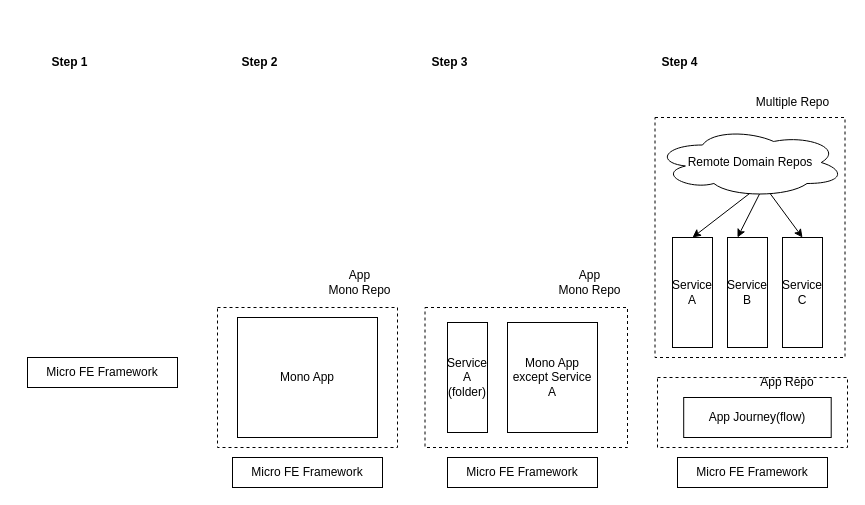
Before: Doc/Migration.drawio in hollyoops/cordwood, a draw.io diagram. Source tidied: cells renumbered, new cells numbered last; positions are measured from the earlier drawing's top-left corner, leaving out a move shared by most shapes. Both pictures are drawn from the tidied source at 100%, with x=0, y=0 at pixel (17, 47).
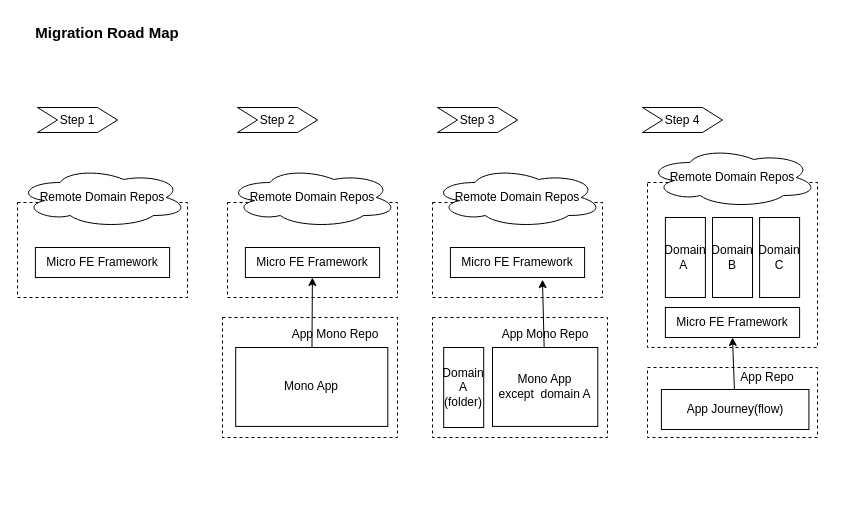
Above is the later version.

Diff of the diagram source:
```diff
@@
-    <mxCell id="2" style="rounded=0;whiteSpace=wrap;html=1;fillColor=none;dashed=1;" parent="1" vertex="1">
-      <mxGeometry x="407.5" y="260" width="202.5" height="140" as="geometry" />
-    </mxCell>
-    <mxCell id="3" style="rounded=0;whiteSpace=wrap;html=1;fillColor=none;dashed=1;" parent="1" vertex="1">
-      <mxGeometry x="637.5" y="70" width="190" height="240" as="geometry" />
-    </mxCell>
-    <mxCell id="4" style="rounded=0;whiteSpace=wrap;html=1;fillColor=none;dashed=1;" parent="1" vertex="1">
-      <mxGeometry x="200" y="260" width="180" height="140" as="geometry" />
-    </mxCell>
-    <mxCell id="5" value="Micro FE Framework" style="rounded=0;whiteSpace=wrap;html=1;" parent="1" vertex="1">
-      <mxGeometry x="215" y="410" width="150" height="30" as="geometry" />
-    </mxCell>
-    <mxCell id="6" value="Mono App" style="rounded=0;whiteSpace=wrap;html=1;" parent="1" vertex="1">
-      <mxGeometry x="220" y="270" width="140" height="120" as="geometry" />
-    </mxCell>
-    <mxCell id="7" style="edgeStyle=none;html=1;entryX=0.5;entryY=0.938;entryDx=0;entryDy=0;entryPerimeter=0;exitX=0.5;exitY=0;exitDx=0;exitDy=0;startArrow=classic;startFill=1;endArrow=none;endFill=0;" parent="1" edge="1" source="10" target="15">
-      <mxGeometry relative="1" as="geometry" />
-    </mxCell>
-    <mxCell id="8" value="Service A (folder)" style="rounded=0;whiteSpace=wrap;html=1;" parent="1" vertex="1">
-      <mxGeometry x="430" y="275" width="40" height="110" as="geometry" />
-    </mxCell>
-    <mxCell id="9" value="Mono App except Service A" style="rounded=0;whiteSpace=wrap;html=1;" parent="1" vertex="1">
-      <mxGeometry x="490" y="275" width="90" height="110" as="geometry" />
-    </mxCell>
-    <mxCell id="10" value="Service A" style="rounded=0;whiteSpace=wrap;html=1;" parent="1" vertex="1">
-      <mxGeometry x="655" y="190" width="40" height="110" as="geometry" />
-    </mxCell>
-    <mxCell id="11" style="edgeStyle=none;html=1;entryX=0.55;entryY=0.95;entryDx=0;entryDy=0;entryPerimeter=0;exitX=0.25;exitY=0;exitDx=0;exitDy=0;startArrow=classic;startFill=1;endArrow=none;endFill=0;" parent="1" edge="1" source="12" target="15">
-      <mxGeometry relative="1" as="geometry" />
-    </mxCell>
-    <mxCell id="12" value="Service B" style="rounded=0;whiteSpace=wrap;html=1;" parent="1" vertex="1">
-      <mxGeometry x="710" y="190" width="40" height="110" as="geometry" />
-    </mxCell>
-    <mxCell id="13" style="edgeStyle=none;html=1;entryX=0.605;entryY=0.94;entryDx=0;entryDy=0;entryPerimeter=0;exitX=0.5;exitY=0;exitDx=0;exitDy=0;endArrow=none;endFill=0;startArrow=classic;startFill=1;" parent="1" edge="1" source="14" target="15">
-      <mxGeometry relative="1" as="geometry" />
-    </mxCell>
-    <mxCell id="14" value="Service C" style="rounded=0;whiteSpace=wrap;html=1;" parent="1" vertex="1">
-      <mxGeometry x="765" y="190" width="40" height="110" as="geometry" />
-    </mxCell>
-    <mxCell id="15" value="Remote Domain Repos" style="ellipse;shape=cloud;whiteSpace=wrap;html=1;" parent="1" vertex="1">
-      <mxGeometry x="637.5" y="80" width="190" height="70" as="geometry" />
-    </mxCell>
-    <mxCell id="16" value="App&lt;br&gt;Mono Repo" style="text;html=1;strokeColor=none;fillColor=none;align=center;verticalAlign=middle;whiteSpace=wrap;rounded=0;" parent="1" vertex="1">
-      <mxGeometry x="520" y="220" width="105" height="30" as="geometry" />
-    </mxCell>
-    <mxCell id="17" value="Multiple Repo" style="text;html=1;strokeColor=none;fillColor=none;align=center;verticalAlign=middle;whiteSpace=wrap;rounded=0;" parent="1" vertex="1">
-      <mxGeometry x="722.5" y="40" width="105" height="30" as="geometry" />
-    </mxCell>
-    <mxCell id="18" value="App &lt;br&gt;Mono Repo" style="text;html=1;strokeColor=none;fillColor=none;align=center;verticalAlign=middle;whiteSpace=wrap;rounded=0;" parent="1" vertex="1">
-      <mxGeometry x="290" y="220" width="105" height="30" as="geometry" />
-    </mxCell>
-    <mxCell id="19" value="Micro FE Framework" style="rounded=0;whiteSpace=wrap;html=1;" parent="1" vertex="1">
-      <mxGeometry x="10" y="310" width="150" height="30" as="geometry" />
-    </mxCell>
-    <mxCell id="20" value="Micro FE Framework" style="rounded=0;whiteSpace=wrap;html=1;" parent="1" vertex="1">
-      <mxGeometry x="430" y="410" width="150" height="30" as="geometry" />
-    </mxCell>
-    <mxCell id="21" value="Micro FE Framework" style="rounded=0;whiteSpace=wrap;html=1;" parent="1" vertex="1">
-      <mxGeometry x="660" y="410" width="150" height="30" as="geometry" />
-    </mxCell>
-    <mxCell id="22" value="&lt;b&gt;Step 1&lt;/b&gt;" style="text;html=1;strokeColor=none;fillColor=none;align=center;verticalAlign=middle;whiteSpace=wrap;rounded=0;" parent="1" vertex="1">
-      <mxGeometry width="105" height="30" as="geometry" />
+    <mxCell id="22" value="Step 1" style="shape=step;perimeter=stepPerimeter;whiteSpace=wrap;html=1;fixedSize=1;" parent="1" vertex="1">
+      <mxGeometry x="20" y="60" width="80" height="25" as="geometry" />
     </mxCell>
-    <mxCell id="23" value="&lt;b&gt;Step 2&lt;/b&gt;" style="text;html=1;strokeColor=none;fillColor=none;align=center;verticalAlign=middle;whiteSpace=wrap;rounded=0;" parent="1" vertex="1">
-      <mxGeometry x="190" width="105" height="30" as="geometry" />
+    <mxCell id="23" value="Step 2" style="shape=step;perimeter=stepPerimeter;whiteSpace=wrap;html=1;fixedSize=1;" parent="1" vertex="1">
+      <mxGeometry x="220" y="60" width="80" height="25" as="geometry" />
     </mxCell>
-    <mxCell id="24" value="&lt;b&gt;Step 3&lt;/b&gt;" style="text;html=1;strokeColor=none;fillColor=none;align=center;verticalAlign=middle;whiteSpace=wrap;rounded=0;" parent="1" vertex="1">
-      <mxGeometry x="380" width="105" height="30" as="geometry" />
+    <mxCell id="24" value="Step 3" style="shape=step;perimeter=stepPerimeter;whiteSpace=wrap;html=1;fixedSize=1;" parent="1" vertex="1">
+      <mxGeometry x="420" y="60" width="80" height="25" as="geometry" />
     </mxCell>
+    <mxCell id="28" value="Step 4" style="shape=step;perimeter=stepPerimeter;whiteSpace=wrap;html=1;fixedSize=1;" parent="1" vertex="1">
+      <mxGeometry x="625" y="60" width="80" height="25" as="geometry" />
+    </mxCell>
+    <mxCell id="29" style="group;" parent="1" vertex="1">
+      <mxGeometry y="120" width="170" height="130" as="geometry" />
+    </mxCell>
+    <mxCell id="30" style="rounded=0;whiteSpace=wrap;html=1;fillColor=none;dashed=1;" parent="29" vertex="1">
+      <mxGeometry y="35" width="170" height="95" as="geometry" />
+    </mxCell>
+    <mxCell id="19" value="Micro FE Framework" style="rounded=0;whiteSpace=wrap;html=1;" parent="29" vertex="1">
+      <mxGeometry x="17.9" y="80" width="134.2" height="30" as="geometry" />
+    </mxCell>
+    <mxCell id="31" value="Remote Domain Repos" style="ellipse;shape=cloud;whiteSpace=wrap;html=1;" parent="29" vertex="1">
+      <mxGeometry width="170" height="60" as="geometry" />
+    </mxCell>
+    <mxCell id="32" style="group;" parent="1" vertex="1">
+      <mxGeometry x="210" y="120" width="170" height="130" as="geometry" />
+    </mxCell>
+    <mxCell id="33" style="rounded=0;whiteSpace=wrap;html=1;fillColor=none;dashed=1;" parent="32" vertex="1">
+      <mxGeometry y="35" width="170" height="95" as="geometry" />
+    </mxCell>
+    <mxCell id="34" value="Micro FE Framework" style="rounded=0;whiteSpace=wrap;html=1;" parent="32" vertex="1">
+      <mxGeometry x="17.9" y="80" width="134.2" height="30" as="geometry" />
+    </mxCell>
+    <mxCell id="35" value="Remote Domain Repos" style="ellipse;shape=cloud;whiteSpace=wrap;html=1;" parent="32" vertex="1">
+      <mxGeometry width="170" height="60" as="geometry" />
+    </mxCell>
+    <mxCell id="36" style="group;" parent="1" vertex="1">
+      <mxGeometry x="205" y="270" width="175" height="120" as="geometry" />
+    </mxCell>
+    <mxCell id="4" style="rounded=0;whiteSpace=wrap;html=1;fillColor=none;dashed=1;" parent="36" vertex="1">
+      <mxGeometry width="175" height="120" as="geometry" />
+    </mxCell>
+    <mxCell id="6" value="Mono App" style="rounded=0;whiteSpace=wrap;html=1;" parent="36" vertex="1">
+      <mxGeometry x="13.2" y="30" width="152.1" height="78.9" as="geometry" />
+    </mxCell>
+    <mxCell id="18" value="App Mono Repo" style="text;html=1;strokeColor=none;fillColor=none;align=center;verticalAlign=middle;whiteSpace=wrap;rounded=0;" parent="36" vertex="1">
+      <mxGeometry x="51.2" width="123.8" height="34.8" as="geometry" />
+    </mxCell>
+    <mxCell id="37" style="group;" parent="1" vertex="1">
+      <mxGeometry x="415" y="270" width="175" height="120" as="geometry" />
+    </mxCell>
+    <mxCell id="38" style="rounded=0;whiteSpace=wrap;html=1;fillColor=none;dashed=1;" parent="37" vertex="1">
+      <mxGeometry width="175" height="120" as="geometry" />
+    </mxCell>
+    <mxCell id="8" value="Domain&lt;br&gt;A (folder)" style="rounded=0;whiteSpace=wrap;html=1;" parent="37" vertex="1">
+      <mxGeometry x="11.2" y="30" width="40" height="80" as="geometry" />
+    </mxCell>
+    <mxCell id="39" value="Mono App&lt;br&gt;except&amp;nbsp; domain A" style="rounded=0;whiteSpace=wrap;html=1;" parent="37" vertex="1">
+      <mxGeometry x="60" y="30" width="105.3" height="78.9" as="geometry" />
+    </mxCell>
+    <mxCell id="16" value="App Mono Repo" style="text;html=1;strokeColor=none;fillColor=none;align=center;verticalAlign=middle;whiteSpace=wrap;rounded=0;" parent="37" vertex="1">
+      <mxGeometry x="51.2" width="123.8" height="34.8" as="geometry" />
+    </mxCell>
+    <mxCell id="40" style="group;" parent="1" vertex="1">
+      <mxGeometry x="415" y="120" width="170" height="130" as="geometry" />
+    </mxCell>
+    <mxCell id="41" style="rounded=0;whiteSpace=wrap;html=1;fillColor=none;dashed=1;" parent="40" vertex="1">
+      <mxGeometry y="35" width="170" height="95" as="geometry" />
+    </mxCell>
+    <mxCell id="42" value="Micro FE Framework" style="rounded=0;whiteSpace=wrap;html=1;" parent="40" vertex="1">
+      <mxGeometry x="17.9" y="80" width="134.2" height="30" as="geometry" />
+    </mxCell>
+    <mxCell id="43" value="Remote Domain Repos" style="ellipse;shape=cloud;whiteSpace=wrap;html=1;" parent="40" vertex="1">
+      <mxGeometry width="170" height="60" as="geometry" />
+    </mxCell>
+    <mxCell id="44" style="group;" parent="1" vertex="1">
+      <mxGeometry x="630" y="320" width="170" height="70" as="geometry" />
+    </mxCell>
+    <mxCell id="26" style="rounded=0;whiteSpace=wrap;html=1;fillColor=none;dashed=1;" parent="44" vertex="1">
+      <mxGeometry width="170" height="70" as="geometry" />
+    </mxCell>
-    <mxCell id="25" value="App Journey(flow)" style="rounded=0;whiteSpace=wrap;html=1;" parent="1" vertex="1">
-      <mxGeometry x="666.2" y="350" width="147.5" height="40" as="geometry" />
+    <mxCell id="25" value="App Journey(flow)" style="rounded=0;whiteSpace=wrap;html=1;" parent="44" vertex="1">
+      <mxGeometry x="13.9" y="22" width="147.5" height="40" as="geometry" />
     </mxCell>
-    <mxCell id="26" style="rounded=0;whiteSpace=wrap;html=1;fillColor=none;dashed=1;" parent="1" vertex="1">
-      <mxGeometry x="640" y="330" width="190" height="70" as="geometry" />
-    </mxCell>
-    <mxCell id="27" value="App&amp;nbsp;Repo" style="text;html=1;strokeColor=none;fillColor=none;align=center;verticalAlign=middle;whiteSpace=wrap;rounded=0;" parent="1" vertex="1">
-      <mxGeometry x="720" y="320" width="100" height="30" as="geometry" />
+    <mxCell id="27" value="App&amp;nbsp;Repo" style="text;html=1;strokeColor=none;fillColor=none;align=center;verticalAlign=middle;whiteSpace=wrap;rounded=0;" parent="44" vertex="1">
+      <mxGeometry x="70" width="100" height="20" as="geometry" />
     </mxCell>
-    <mxCell id="28" value="&lt;b&gt;Step 4&lt;/b&gt;" style="text;html=1;strokeColor=none;fillColor=none;align=center;verticalAlign=middle;whiteSpace=wrap;rounded=0;" parent="1" vertex="1">
-      <mxGeometry x="610" width="105" height="30" as="geometry" />
-    </mxCell>
+    <mxCell id="45" style="group;" parent="1" vertex="1">
+      <mxGeometry x="630" y="100" width="170" height="200" as="geometry" />
+    </mxCell>
+    <mxCell id="46" style="rounded=0;whiteSpace=wrap;html=1;fillColor=none;dashed=1;" parent="45" vertex="1">
+      <mxGeometry y="35" width="170" height="165" as="geometry" />
+    </mxCell>
+    <mxCell id="47" value="Micro FE Framework" style="rounded=0;whiteSpace=wrap;html=1;" parent="45" vertex="1">
+      <mxGeometry x="17.9" y="160" width="134.2" height="30" as="geometry" />
+    </mxCell>
+    <mxCell id="48" value="Remote Domain Repos" style="ellipse;shape=cloud;whiteSpace=wrap;html=1;" parent="45" vertex="1">
+      <mxGeometry width="170" height="60" as="geometry" />
+    </mxCell>
+    <mxCell id="49" value="Domain&lt;br&gt;A&amp;nbsp;" style="rounded=0;whiteSpace=wrap;html=1;" parent="45" vertex="1">
+      <mxGeometry x="17.9" y="70" width="40" height="80" as="geometry" />
+    </mxCell>
+    <mxCell id="50" value="Domain&lt;br&gt;B" style="rounded=0;whiteSpace=wrap;html=1;" parent="45" vertex="1">
+      <mxGeometry x="65" y="70" width="40" height="80" as="geometry" />
+    </mxCell>
+    <mxCell id="51" value="Domain&lt;br&gt;C" style="rounded=0;whiteSpace=wrap;html=1;" parent="45" vertex="1">
+      <mxGeometry x="112.1" y="70" width="40" height="80" as="geometry" />
+    </mxCell>
+    <mxCell id="52" style="edgeStyle=none;html=1;" parent="1" edge="1" source="6" target="34">
+      <mxGeometry relative="1" as="geometry" />
+    </mxCell>
+    <mxCell id="53" style="edgeStyle=none;html=1;entryX=0.686;entryY=1.071;entryDx=0;entryDy=0;entryPerimeter=0;" parent="1" edge="1" source="39" target="42">
+      <mxGeometry relative="1" as="geometry" />
+    </mxCell>
+    <mxCell id="54" style="edgeStyle=none;html=1;entryX=0.5;entryY=1;entryDx=0;entryDy=0;" parent="1" edge="1" source="25" target="47">
+      <mxGeometry relative="1" as="geometry" />
+    </mxCell>
+    <mxCell id="55" value="&lt;b&gt;&lt;font style=&quot;font-size: 15px&quot;&gt;Migration Road Map&lt;/font&gt;&lt;/b&gt;" style="text;html=1;strokeColor=none;fillColor=none;align=center;verticalAlign=middle;whiteSpace=wrap;rounded=0;" parent="1" vertex="1">
+      <mxGeometry y="-30" width="180" height="30" as="geometry" />
+    </mxCell>
```
